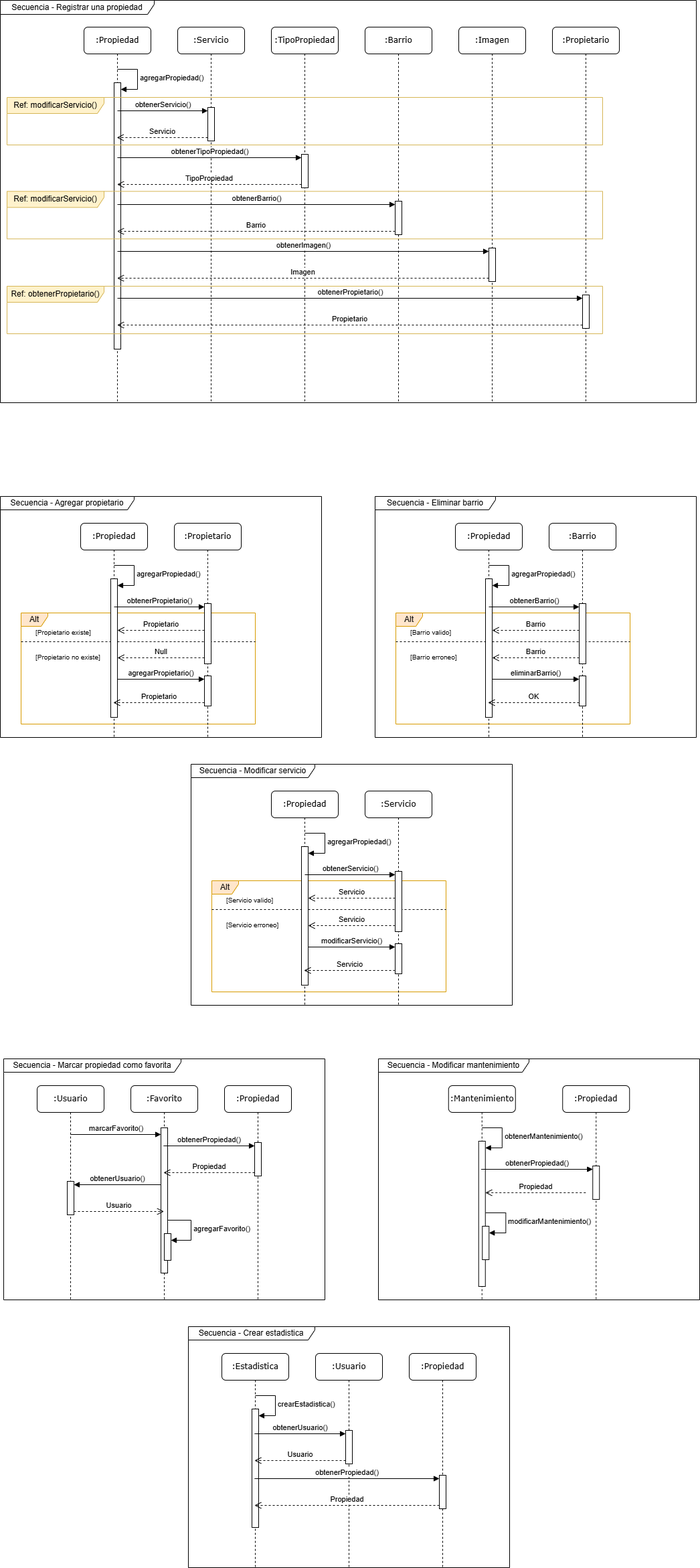
This is diagrams/uml/sequenceDiagrams.png from paulinaobertib/ObertiBussoServiciosInmobiliarios, a draw.io export, as it was before one commit. Source tidied: cells renumbered, new cells last; positions are measured from the earlier drawing's top-left corner, leaving out a move shared by most shapes.
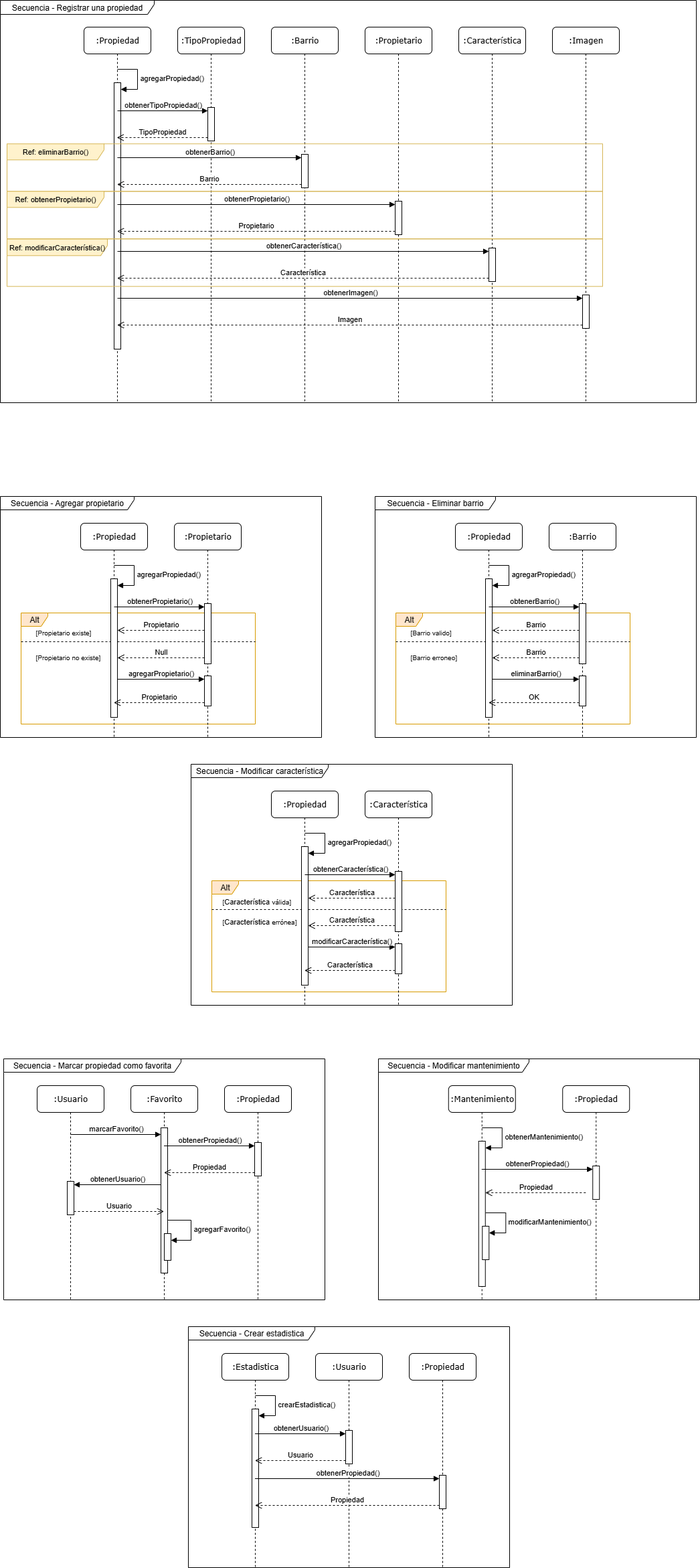
The same diagram one commit later.

The edit, as a diff of the source:
```diff
@@ -119,31 +119,31 @@
     <mxCell id="32" value="Secuencia - Registrar una propiedad" style="shape=umlFrame;whiteSpace=wrap;html=1;width=230;verticalAlign=middle;height=21;" parent="1" vertex="1">
       <mxGeometry width="1040" height="601" as="geometry" />
     </mxCell>
-    <mxCell id="33" value=":Servicio" style="shape=umlLifeline;perimeter=lifelinePerimeter;whiteSpace=wrap;html=1;rounded=1;shadow=0;comic=0;labelBackgroundColor=none;strokeWidth=1;fontFamily=Verdana;fontSize=12;align=center;" parent="32" vertex="1">
+    <mxCell id="33" value=":TipoPropiedad" style="shape=umlLifeline;perimeter=lifelinePerimeter;whiteSpace=wrap;html=1;rounded=1;shadow=0;comic=0;labelBackgroundColor=none;strokeWidth=1;fontFamily=Verdana;fontSize=12;align=center;" parent="32" vertex="1">
       <mxGeometry x="265" y="40" width="100" height="561" as="geometry" />
     </mxCell>
     <mxCell id="34" style="html=1;points=[[0,0,0,0,5],[0,1,0,0,-5],[1,0,0,0,5],[1,1,0,0,-5]];perimeter=orthogonalPerimeter;outlineConnect=0;targetShapes=umlLifeline;portConstraint=eastwest;newEdgeStyle={&quot;curved&quot;:0,&quot;rounded&quot;:0};" parent="33" vertex="1">
       <mxGeometry x="45" y="120" width="10" height="50" as="geometry" />
     </mxCell>
-    <mxCell id="35" value=":TipoPropiedad" style="shape=umlLifeline;perimeter=lifelinePerimeter;whiteSpace=wrap;html=1;rounded=1;shadow=0;comic=0;labelBackgroundColor=none;strokeWidth=1;fontFamily=Verdana;fontSize=12;align=center;" parent="32" vertex="1">
+    <mxCell id="35" value=":Barrio" style="shape=umlLifeline;perimeter=lifelinePerimeter;whiteSpace=wrap;html=1;rounded=1;shadow=0;comic=0;labelBackgroundColor=none;strokeWidth=1;fontFamily=Verdana;fontSize=12;align=center;" parent="32" vertex="1">
       <mxGeometry x="405" y="40" width="100" height="561" as="geometry" />
     </mxCell>
     <mxCell id="36" style="html=1;points=[[0,0,0,0,5],[0,1,0,0,-5],[1,0,0,0,5],[1,1,0,0,-5]];perimeter=orthogonalPerimeter;outlineConnect=0;targetShapes=umlLifeline;portConstraint=eastwest;newEdgeStyle={&quot;curved&quot;:0,&quot;rounded&quot;:0};" parent="35" vertex="1">
       <mxGeometry x="45" y="190" width="10" height="50" as="geometry" />
     </mxCell>
-    <mxCell id="37" value=":Barrio" style="shape=umlLifeline;perimeter=lifelinePerimeter;whiteSpace=wrap;html=1;rounded=1;shadow=0;comic=0;labelBackgroundColor=none;strokeWidth=1;fontFamily=Verdana;fontSize=12;align=center;" parent="32" vertex="1">
+    <mxCell id="37" value=":Propietario" style="shape=umlLifeline;perimeter=lifelinePerimeter;whiteSpace=wrap;html=1;rounded=1;shadow=0;comic=0;labelBackgroundColor=none;strokeWidth=1;fontFamily=Verdana;fontSize=12;align=center;" parent="32" vertex="1">
       <mxGeometry x="545" y="40" width="100" height="561" as="geometry" />
     </mxCell>
     <mxCell id="38" style="html=1;points=[[0,0,0,0,5],[0,1,0,0,-5],[1,0,0,0,5],[1,1,0,0,-5]];perimeter=orthogonalPerimeter;outlineConnect=0;targetShapes=umlLifeline;portConstraint=eastwest;newEdgeStyle={&quot;curved&quot;:0,&quot;rounded&quot;:0};" parent="37" vertex="1">
       <mxGeometry x="45" y="260" width="10" height="50" as="geometry" />
     </mxCell>
-    <mxCell id="39" value=":Imagen" style="shape=umlLifeline;perimeter=lifelinePerimeter;whiteSpace=wrap;html=1;rounded=1;shadow=0;comic=0;labelBackgroundColor=none;strokeWidth=1;fontFamily=Verdana;fontSize=12;align=center;" parent="32" vertex="1">
+    <mxCell id="39" value=":Característica" style="shape=umlLifeline;perimeter=lifelinePerimeter;whiteSpace=wrap;html=1;rounded=1;shadow=0;comic=0;labelBackgroundColor=none;strokeWidth=1;fontFamily=Verdana;fontSize=12;align=center;" parent="32" vertex="1">
       <mxGeometry x="685" y="40" width="100" height="561" as="geometry" />
     </mxCell>
     <mxCell id="40" style="html=1;points=[[0,0,0,0,5],[0,1,0,0,-5],[1,0,0,0,5],[1,1,0,0,-5]];perimeter=orthogonalPerimeter;outlineConnect=0;targetShapes=umlLifeline;portConstraint=eastwest;newEdgeStyle={&quot;curved&quot;:0,&quot;rounded&quot;:0};" parent="39" vertex="1">
       <mxGeometry x="45" y="330" width="10" height="50" as="geometry" />
     </mxCell>
-    <mxCell id="41" value=":Propietario" style="shape=umlLifeline;perimeter=lifelinePerimeter;whiteSpace=wrap;html=1;rounded=1;shadow=0;comic=0;labelBackgroundColor=none;strokeWidth=1;fontFamily=Verdana;fontSize=12;align=center;" parent="32" vertex="1">
+    <mxCell id="41" value=":Imagen" style="shape=umlLifeline;perimeter=lifelinePerimeter;whiteSpace=wrap;html=1;rounded=1;shadow=0;comic=0;labelBackgroundColor=none;strokeWidth=1;fontFamily=Verdana;fontSize=12;align=center;" parent="32" vertex="1">
       <mxGeometry x="825" y="40" width="100" height="561" as="geometry" />
     </mxCell>
     <mxCell id="42" style="html=1;points=[[0,0,0,0,5],[0,1,0,0,-5],[1,0,0,0,5],[1,1,0,0,-5]];perimeter=orthogonalPerimeter;outlineConnect=0;targetShapes=umlLifeline;portConstraint=eastwest;newEdgeStyle={&quot;curved&quot;:0,&quot;rounded&quot;:0};" parent="41" vertex="1">
@@ -164,83 +164,83 @@
     <mxCell id="45" style="html=1;points=[[0,0,0,0,5],[0,1,0,0,-5],[1,0,0,0,5],[1,1,0,0,-5]];perimeter=orthogonalPerimeter;outlineConnect=0;targetShapes=umlLifeline;portConstraint=eastwest;newEdgeStyle={&quot;curved&quot;:0,&quot;rounded&quot;:0};" parent="43" vertex="1">
       <mxGeometry x="45" y="83" width="10" height="398" as="geometry" />
     </mxCell>
-    <mxCell id="46" value="obtenerServicio()" style="html=1;verticalAlign=bottom;endArrow=block;curved=0;rounded=0;entryX=0;entryY=0;entryDx=0;entryDy=5;" parent="32" edge="1" target="34">
+    <mxCell id="46" value="obtenerTipoPropiedad()" style="html=1;verticalAlign=bottom;endArrow=block;curved=0;rounded=0;entryX=0;entryY=0;entryDx=0;entryDy=5;" parent="32" edge="1" target="34">
       <mxGeometry relative="1" as="geometry">
         <mxPoint x="175" y="165" as="sourcePoint" />
       </mxGeometry>
     </mxCell>
-    <mxCell id="47" value="Servicio" style="html=1;verticalAlign=bottom;endArrow=open;dashed=1;endSize=8;curved=0;rounded=0;exitX=0;exitY=1;exitDx=0;exitDy=-5;" parent="32" edge="1" source="34">
+    <mxCell id="47" value="TipoPropiedad" style="html=1;verticalAlign=bottom;endArrow=open;dashed=1;endSize=8;curved=0;rounded=0;exitX=0;exitY=1;exitDx=0;exitDy=-5;" parent="32" edge="1" source="34">
       <mxGeometry relative="1" as="geometry">
         <mxPoint x="174.1" y="205" as="targetPoint" />
       </mxGeometry>
     </mxCell>
-    <mxCell id="48" value="obtenerTipoPropiedad()" style="html=1;verticalAlign=bottom;endArrow=block;curved=0;rounded=0;entryX=0;entryY=0;entryDx=0;entryDy=5;" parent="32" edge="1" target="36">
+    <mxCell id="48" value="obtenerBarrio()" style="html=1;verticalAlign=bottom;endArrow=block;curved=0;rounded=0;entryX=0;entryY=0;entryDx=0;entryDy=5;" parent="32" edge="1" target="36">
       <mxGeometry relative="1" as="geometry">
         <mxPoint x="174.9" y="235" as="sourcePoint" />
       </mxGeometry>
     </mxCell>
-    <mxCell id="49" value="TipoPropiedad" style="html=1;verticalAlign=bottom;endArrow=open;dashed=1;endSize=8;curved=0;rounded=0;exitX=0;exitY=1;exitDx=0;exitDy=-5;" parent="32" edge="1" source="36">
+    <mxCell id="49" value="Barrio" style="html=1;verticalAlign=bottom;endArrow=open;dashed=1;endSize=8;curved=0;rounded=0;exitX=0;exitY=1;exitDx=0;exitDy=-5;" parent="32" edge="1" source="36">
       <mxGeometry relative="1" as="geometry">
         <mxPoint x="174.5" y="275" as="targetPoint" />
       </mxGeometry>
     </mxCell>
-    <mxCell id="50" value="obtenerBarrio()" style="html=1;verticalAlign=bottom;endArrow=block;curved=0;rounded=0;entryX=0;entryY=0;entryDx=0;entryDy=5;" parent="32" edge="1" target="38">
+    <mxCell id="50" value="obtenerPropietario()" style="html=1;verticalAlign=bottom;endArrow=block;curved=0;rounded=0;entryX=0;entryY=0;entryDx=0;entryDy=5;" parent="32" edge="1" target="38">
       <mxGeometry relative="1" as="geometry">
         <mxPoint x="175" y="305" as="sourcePoint" />
       </mxGeometry>
     </mxCell>
-    <mxCell id="51" value="Barrio" style="html=1;verticalAlign=bottom;endArrow=open;dashed=1;endSize=8;curved=0;rounded=0;exitX=0;exitY=1;exitDx=0;exitDy=-5;" parent="32" edge="1" source="38">
+    <mxCell id="51" value="Propietario" style="html=1;verticalAlign=bottom;endArrow=open;dashed=1;endSize=8;curved=0;rounded=0;exitX=0;exitY=1;exitDx=0;exitDy=-5;" parent="32" edge="1" source="38">
       <mxGeometry relative="1" as="geometry">
         <mxPoint x="174.5" y="345" as="targetPoint" />
       </mxGeometry>
     </mxCell>
-    <mxCell id="52" value="obtenerImagen()" style="html=1;verticalAlign=bottom;endArrow=block;curved=0;rounded=0;entryX=0;entryY=0;entryDx=0;entryDy=5;" parent="32" edge="1" target="40">
+    <mxCell id="52" value="obtenerCaracterística()" style="html=1;verticalAlign=bottom;endArrow=block;curved=0;rounded=0;entryX=0;entryY=0;entryDx=0;entryDy=5;" parent="32" edge="1" target="40">
       <mxGeometry relative="1" as="geometry">
         <mxPoint x="175" y="375" as="sourcePoint" />
       </mxGeometry>
     </mxCell>
-    <mxCell id="53" value="Imagen" style="html=1;verticalAlign=bottom;endArrow=open;dashed=1;endSize=8;curved=0;rounded=0;exitX=0;exitY=1;exitDx=0;exitDy=-5;" parent="32" edge="1" source="40">
+    <mxCell id="53" value="Característica" style="html=1;verticalAlign=bottom;endArrow=open;dashed=1;endSize=8;curved=0;rounded=0;exitX=0;exitY=1;exitDx=0;exitDy=-5;" parent="32" edge="1" source="40">
       <mxGeometry relative="1" as="geometry">
         <mxPoint x="174.5" y="415" as="targetPoint" />
       </mxGeometry>
     </mxCell>
-    <mxCell id="54" value="obtenerPropietario()" style="html=1;verticalAlign=bottom;endArrow=block;curved=0;rounded=0;entryX=0;entryY=0;entryDx=0;entryDy=5;" parent="32" edge="1" target="42">
+    <mxCell id="54" value="obtenerImagen()" style="html=1;verticalAlign=bottom;endArrow=block;curved=0;rounded=0;entryX=0;entryY=0;entryDx=0;entryDy=5;" parent="32" edge="1" target="42">
       <mxGeometry relative="1" as="geometry">
         <mxPoint x="175" y="445" as="sourcePoint" />
       </mxGeometry>
     </mxCell>
-    <mxCell id="55" value="Propietario" style="html=1;verticalAlign=bottom;endArrow=open;dashed=1;endSize=8;curved=0;rounded=0;exitX=0;exitY=1;exitDx=0;exitDy=-5;" parent="32" edge="1" source="42">
+    <mxCell id="55" value="Imagen" style="html=1;verticalAlign=bottom;endArrow=open;dashed=1;endSize=8;curved=0;rounded=0;exitX=0;exitY=1;exitDx=0;exitDy=-5;" parent="32" edge="1" source="42">
       <mxGeometry relative="1" as="geometry">
         <mxPoint x="174.5" y="485" as="targetPoint" />
       </mxGeometry>
     </mxCell>
-    <mxCell id="56" value="Ref: obtenerPropietario()" style="shape=umlFrame;whiteSpace=wrap;html=1;width=145;height=24;fillColor=#fff2cc;strokeColor=#d6b656;" parent="32" vertex="1">
-      <mxGeometry x="10" y="427" width="890" height="71" as="geometry" />
+    <mxCell id="56" value="&lt;font style=&quot;font-size: 11px;&quot;&gt;Ref: modificarCaracterística()&lt;/font&gt;" style="shape=umlFrame;whiteSpace=wrap;html=1;width=150;height=25;fillColor=#fff2cc;strokeColor=#d6b656;" parent="32" vertex="1">
+      <mxGeometry x="10" y="356.3" width="890" height="71" as="geometry" />
     </mxCell>
-    <mxCell id="57" value="Ref: modificarServicio()" style="shape=umlFrame;whiteSpace=wrap;html=1;width=145;height=24;fillColor=#fff2cc;strokeColor=#d6b656;" parent="32" vertex="1">
-      <mxGeometry x="10" y="145" width="890" height="71" as="geometry" />
+    <mxCell id="57" value="&lt;font style=&quot;font-size: 11px;&quot;&gt;Ref: eliminarBarrio()&lt;/font&gt;" style="shape=umlFrame;whiteSpace=wrap;html=1;width=145;height=24;fillColor=#fff2cc;strokeColor=#d6b656;" parent="32" vertex="1">
+      <mxGeometry x="10" y="214.3" width="890" height="71" as="geometry" />
     </mxCell>
-    <mxCell id="58" value="Ref: modificarServicio()" style="shape=umlFrame;whiteSpace=wrap;html=1;width=145;height=24;fillColor=#fff2cc;strokeColor=#d6b656;" parent="32" vertex="1">
+    <mxCell id="58" value="&lt;font style=&quot;font-size: 11px;&quot;&gt;Ref: obtenerPropietario()&lt;/font&gt;" style="shape=umlFrame;whiteSpace=wrap;html=1;width=145;height=24;fillColor=#fff2cc;strokeColor=#d6b656;" parent="32" vertex="1">
       <mxGeometry x="10" y="285.3" width="890" height="71" as="geometry" />
     </mxCell>
-    <mxCell id="59" value="Secuencia - Modificar servicio" style="shape=umlFrame;whiteSpace=wrap;html=1;width=185;verticalAlign=middle;height=20;" parent="1" vertex="1">
+    <mxCell id="59" value="Secuencia - Modificar característica" style="shape=umlFrame;whiteSpace=wrap;html=1;width=205;verticalAlign=middle;height=20;" parent="1" vertex="1">
       <mxGeometry x="285" y="1141" width="480" height="360" as="geometry" />
     </mxCell>
     <mxCell id="60" value="Alt" style="shape=umlFrame;whiteSpace=wrap;html=1;width=40;height=20;fillColor=#ffe6cc;strokeColor=#d79b00;" parent="59" vertex="1">
       <mxGeometry x="31" y="174" width="350" height="166" as="geometry" />
     </mxCell>
-    <mxCell id="61" value="[Servicio valido]" style="text;html=1;fontSize=10;" parent="60" vertex="1">
+    <mxCell id="61" value="[&lt;span style=&quot;font-size: 11px; text-align: center; background-color: rgb(255, 255, 255);&quot;&gt;Característica&amp;nbsp;&lt;/span&gt;válida]" style="text;html=1;fontSize=10;" parent="60" vertex="1">
       <mxGeometry width="100" height="20" relative="1" as="geometry">
-        <mxPoint x="20" y="17" as="offset" />
+        <mxPoint x="14" y="18" as="offset" />
       </mxGeometry>
     </mxCell>
     <mxCell id="62" style="line;strokeWidth=1;dashed=1;labelPosition=center;verticalLabelPosition=bottom;align=left;verticalAlign=top;spacingLeft=20;spacingTop=15;html=1;whiteSpace=wrap;" parent="60" vertex="1">
       <mxGeometry y="38" width="350" height="10" as="geometry" />
     </mxCell>
-    <mxCell id="63" value="&lt;span style=&quot;color: rgb(0, 0, 0); font-family: Helvetica; font-style: normal; font-variant-ligatures: normal; font-variant-caps: normal; font-weight: 400; letter-spacing: normal; orphans: 2; text-align: left; text-indent: 0px; text-transform: none; widows: 2; word-spacing: 0px; -webkit-text-stroke-width: 0px; white-space: nowrap; text-decoration-thickness: initial; text-decoration-style: initial; text-decoration-color: initial; float: none; display: inline !important;&quot;&gt;[Servicio erroneo]&lt;/span&gt;" style="text;whiteSpace=wrap;html=1;fontSize=10;" parent="60" vertex="1">
-      <mxGeometry x="20" y="54" width="130" height="40" as="geometry" />
+    <mxCell id="63" value="&lt;span style=&quot;color: rgb(0, 0, 0); font-family: Helvetica; font-style: normal; font-variant-ligatures: normal; font-variant-caps: normal; font-weight: 400; letter-spacing: normal; orphans: 2; text-align: left; text-indent: 0px; text-transform: none; widows: 2; word-spacing: 0px; -webkit-text-stroke-width: 0px; white-space: nowrap; text-decoration-thickness: initial; text-decoration-style: initial; text-decoration-color: initial; float: none; display: inline !important;&quot;&gt;[&lt;span style=&quot;font-size: 11px; text-align: center; background-color: rgb(255, 255, 255);&quot;&gt;Característica&amp;nbsp;&lt;/span&gt;errónea]&lt;/span&gt;" style="text;whiteSpace=wrap;html=1;fontSize=10;" parent="60" vertex="1">
+      <mxGeometry x="14" y="48" width="130" height="40" as="geometry" />
     </mxCell>
-    <mxCell id="64" value=":Servicio" style="shape=umlLifeline;perimeter=lifelinePerimeter;whiteSpace=wrap;html=1;rounded=1;shadow=0;comic=0;labelBackgroundColor=none;strokeWidth=1;fontFamily=Verdana;fontSize=12;align=center;" parent="59" vertex="1">
+    <mxCell id="64" value=":Característica" style="shape=umlLifeline;perimeter=lifelinePerimeter;whiteSpace=wrap;html=1;rounded=1;shadow=0;comic=0;labelBackgroundColor=none;strokeWidth=1;fontFamily=Verdana;fontSize=12;align=center;" parent="59" vertex="1">
       <mxGeometry x="260" y="40" width="100" height="320" as="geometry" />
     </mxCell>
     <mxCell id="65" style="html=1;points=[[0,0,0,0,5],[0,1,0,0,-5],[1,0,0,0,5],[1,1,0,0,-5]];perimeter=orthogonalPerimeter;outlineConnect=0;targetShapes=umlLifeline;portConstraint=eastwest;newEdgeStyle={&quot;curved&quot;:0,&quot;rounded&quot;:0};" parent="64" vertex="1">
@@ -261,27 +261,27 @@
     <mxCell id="68" style="html=1;points=[[0,0,0,0,5],[0,1,0,0,-5],[1,0,0,0,5],[1,1,0,0,-5]];perimeter=orthogonalPerimeter;outlineConnect=0;targetShapes=umlLifeline;portConstraint=eastwest;newEdgeStyle={&quot;curved&quot;:0,&quot;rounded&quot;:0};" parent="66" vertex="1">
       <mxGeometry x="45" y="83" width="10" height="207" as="geometry" />
     </mxCell>
-    <mxCell id="69" value="obtenerServicio()" style="html=1;verticalAlign=bottom;endArrow=block;curved=0;rounded=0;entryX=0;entryY=0;entryDx=0;entryDy=5;" parent="59" edge="1" target="65">
+    <mxCell id="69" value="obtenerCaracterística()" style="html=1;verticalAlign=bottom;endArrow=block;curved=0;rounded=0;entryX=0;entryY=0;entryDx=0;entryDy=5;" parent="59" edge="1" target="65">
       <mxGeometry relative="1" as="geometry">
         <mxPoint x="170" y="165" as="sourcePoint" />
       </mxGeometry>
     </mxCell>
-    <mxCell id="70" value="Servicio" style="html=1;verticalAlign=bottom;endArrow=open;dashed=1;endSize=8;curved=0;rounded=0;exitX=0;exitY=1;exitDx=0;exitDy=-5;" parent="59" edge="1" source="71" target="66">
+    <mxCell id="70" value="Característica" style="html=1;verticalAlign=bottom;endArrow=open;dashed=1;endSize=8;curved=0;rounded=0;exitX=0;exitY=1;exitDx=0;exitDy=-5;" parent="59" edge="1" source="71" target="66">
       <mxGeometry relative="1" as="geometry" />
     </mxCell>
     <mxCell id="71" style="html=1;points=[[0,0,0,0,5],[0,1,0,0,-5],[1,0,0,0,5],[1,1,0,0,-5]];perimeter=orthogonalPerimeter;outlineConnect=0;targetShapes=umlLifeline;portConstraint=eastwest;newEdgeStyle={&quot;curved&quot;:0,&quot;rounded&quot;:0};" parent="59" vertex="1">
       <mxGeometry x="305" y="268" width="10" height="45" as="geometry" />
     </mxCell>
-    <mxCell id="72" value="Servicio" style="html=1;verticalAlign=bottom;endArrow=open;dashed=1;endSize=8;curved=0;rounded=0;" parent="59" edge="1">
+    <mxCell id="72" value="Característica" style="html=1;verticalAlign=bottom;endArrow=open;dashed=1;endSize=8;curved=0;rounded=0;" parent="59" edge="1">
       <mxGeometry relative="1" as="geometry">
         <mxPoint x="305" y="241" as="sourcePoint" />
         <mxPoint x="175" y="241" as="targetPoint" />
       </mxGeometry>
     </mxCell>
-    <mxCell id="73" value="modificarServicio()" style="html=1;verticalAlign=bottom;endArrow=block;curved=0;rounded=0;entryX=0;entryY=0;entryDx=0;entryDy=5;" parent="59" edge="1" source="68" target="71">
+    <mxCell id="73" value="modificarCaracterística()" style="html=1;verticalAlign=bottom;endArrow=block;curved=0;rounded=0;entryX=0;entryY=0;entryDx=0;entryDy=5;" parent="59" edge="1" source="68" target="71">
       <mxGeometry relative="1" as="geometry" />
     </mxCell>
-    <mxCell id="74" value="Servicio" style="html=1;verticalAlign=bottom;endArrow=open;dashed=1;endSize=8;curved=0;rounded=0;" parent="59" edge="1">
+    <mxCell id="74" value="Característica" style="html=1;verticalAlign=bottom;endArrow=open;dashed=1;endSize=8;curved=0;rounded=0;" parent="59" edge="1">
       <mxGeometry relative="1" as="geometry">
         <mxPoint x="305" y="200" as="sourcePoint" />
         <mxPoint x="175" y="200" as="targetPoint" />
```
